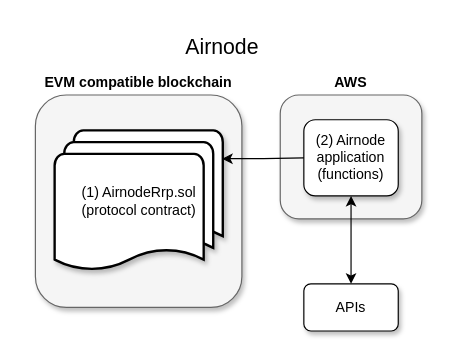
Earlier version of the draw.io diagram docs/airnode/v1.0/assets/diagrams/airnode-is-2-parts.drawio (api3dao/old-api3-docs). Source tidied: cells renumbered, new cells numbered last; positions are measured from the earlier drawing's top-left corner, leaving out a move shared by most shapes. Both pictures are drawn from the tidied source at 118%, with x=0, y=0 at pixel (20, 35).
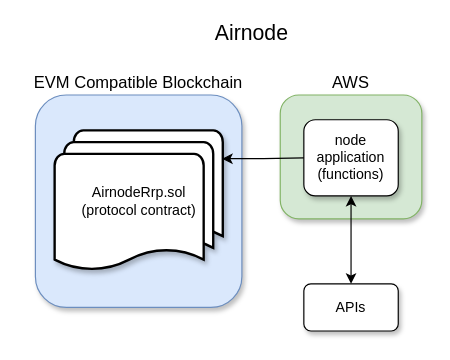
After the change.

Commit message (it also covers changes not shown here):
Showing and speaking of Airnode as 2 parts.

What changed in the source:
```diff
@@
 <mxGraphModel>
   <root>
     <mxCell id="0" />
     <mxCell id="1" parent="0" />
-    <mxCell id="2" style="rounded=1;whiteSpace=wrap;html=1;fillColor=#f5f5f5;strokeColor=#666666;fontColor=#333333;shadow=1;" parent="1" vertex="1">
+    <mxCell id="2" style="rounded=1;whiteSpace=wrap;html=1;fillColor=#d5e8d4;strokeColor=#82b366;shadow=1;" parent="1" vertex="1">
       <mxGeometry x="220" y="50" width="120" height="105" as="geometry" />
     </mxCell>
     <mxCell id="3" value="APIs" style="rounded=1;whiteSpace=wrap;html=1;shadow=1;" parent="1" vertex="1">
       <mxGeometry x="240" y="210" width="80" height="40" as="geometry" />
     </mxCell>
     <mxCell id="4" style="edgeStyle=orthogonalEdgeStyle;rounded=0;jettySize=auto;html=1;entryX=0.5;entryY=0;entryDx=0;entryDy=0;startArrow=classic;startFill=1;" parent="1" edge="1" source="5" target="3">
       <mxGeometry relative="1" as="geometry" />
     </mxCell>
-    <mxCell id="5" value="(2) Airnode&lt;br&gt;application&lt;br&gt;(functions)" style="rounded=1;whiteSpace=wrap;html=1;shadow=1;" parent="1" vertex="1">
+    <mxCell id="5" value="node&lt;br&gt;application&lt;br&gt;(functions)" style="rounded=1;whiteSpace=wrap;html=1;shadow=1;" parent="1" vertex="1">
       <mxGeometry x="240" y="71" width="80" height="64.5" as="geometry" />
     </mxCell>
-    <mxCell id="6" style="rounded=1;whiteSpace=wrap;html=1;fillColor=#f5f5f5;strokeColor=#666666;fontColor=#333333;shadow=1;" parent="1" vertex="1">
+    <mxCell id="6" style="rounded=1;whiteSpace=wrap;html=1;fillColor=#dae8fc;strokeColor=#6c8ebf;shadow=1;" parent="1" vertex="1">
       <mxGeometry x="12.5" y="50" width="175" height="180" as="geometry" />
     </mxCell>
-    <mxCell id="7" value="&lt;b&gt;EVM compatible blockchain&lt;/b&gt;" style="text;html=1;strokeColor=none;fillColor=none;align=center;verticalAlign=middle;whiteSpace=wrap;rounded=0;" parent="1" vertex="1">
+    <mxCell id="7" value="EVM Compatible Blockchain" style="text;html=1;strokeColor=none;fillColor=none;align=center;verticalAlign=middle;whiteSpace=wrap;rounded=0;fontSize=14;" parent="1" vertex="1">
       <mxGeometry y="30" width="200" height="20" as="geometry" />
     </mxCell>
     <mxCell id="8" style="edgeStyle=orthogonalEdgeStyle;rounded=0;jettySize=auto;html=1;exitX=0.996;exitY=0.2;exitDx=0;exitDy=0;exitPerimeter=0;entryX=0;entryY=0.5;entryDx=0;entryDy=0;startArrow=classic;startFill=1;strokeColor=#000000;endArrow=none;endFill=0;" parent="1" edge="1" source="9" target="5">
       <mxGeometry relative="1" as="geometry" />
     </mxCell>
-    <mxCell id="9" value="(1) AirnodeRrp.sol&lt;br&gt;(protocol contract)" style="strokeWidth=2;html=1;shape=mxgraph.flowchart.multi-document;whiteSpace=wrap;shadow=1;" parent="1" vertex="1">
+    <mxCell id="9" value="AirnodeRrp.sol&lt;br&gt;(protocol contract)" style="strokeWidth=2;html=1;shape=mxgraph.flowchart.multi-document;whiteSpace=wrap;shadow=1;" parent="1" vertex="1">
       <mxGeometry x="28.8" y="80" width="142.5" height="120" as="geometry" />
     </mxCell>
-    <mxCell id="10" value="&lt;b&gt;AWS&lt;/b&gt;" style="text;html=1;strokeColor=none;fillColor=none;align=center;verticalAlign=middle;whiteSpace=wrap;rounded=0;" parent="1" vertex="1">
+    <mxCell id="10" value="&lt;span style=&quot;font-size: 14px;&quot;&gt;AWS&lt;/span&gt;" style="text;html=1;strokeColor=none;fillColor=none;align=center;verticalAlign=middle;whiteSpace=wrap;rounded=0;fontStyle=0;fontSize=14;" parent="1" vertex="1">
       <mxGeometry x="260" y="30" width="40" height="20" as="geometry" />
     </mxCell>
     <mxCell id="11" value="&lt;font style=&quot;font-size: 18px&quot;&gt;Airnode&lt;/font&gt;" style="text;html=1;strokeColor=none;fillColor=none;align=center;verticalAlign=middle;whiteSpace=wrap;rounded=0;" parent="1" vertex="1">
-      <mxGeometry x="151.2" width="40" height="20" as="geometry" />
+      <mxGeometry x="176.2" y="-12" width="40" height="20" as="geometry" />
     </mxCell>
   </root>
 </mxGraphModel>
```
